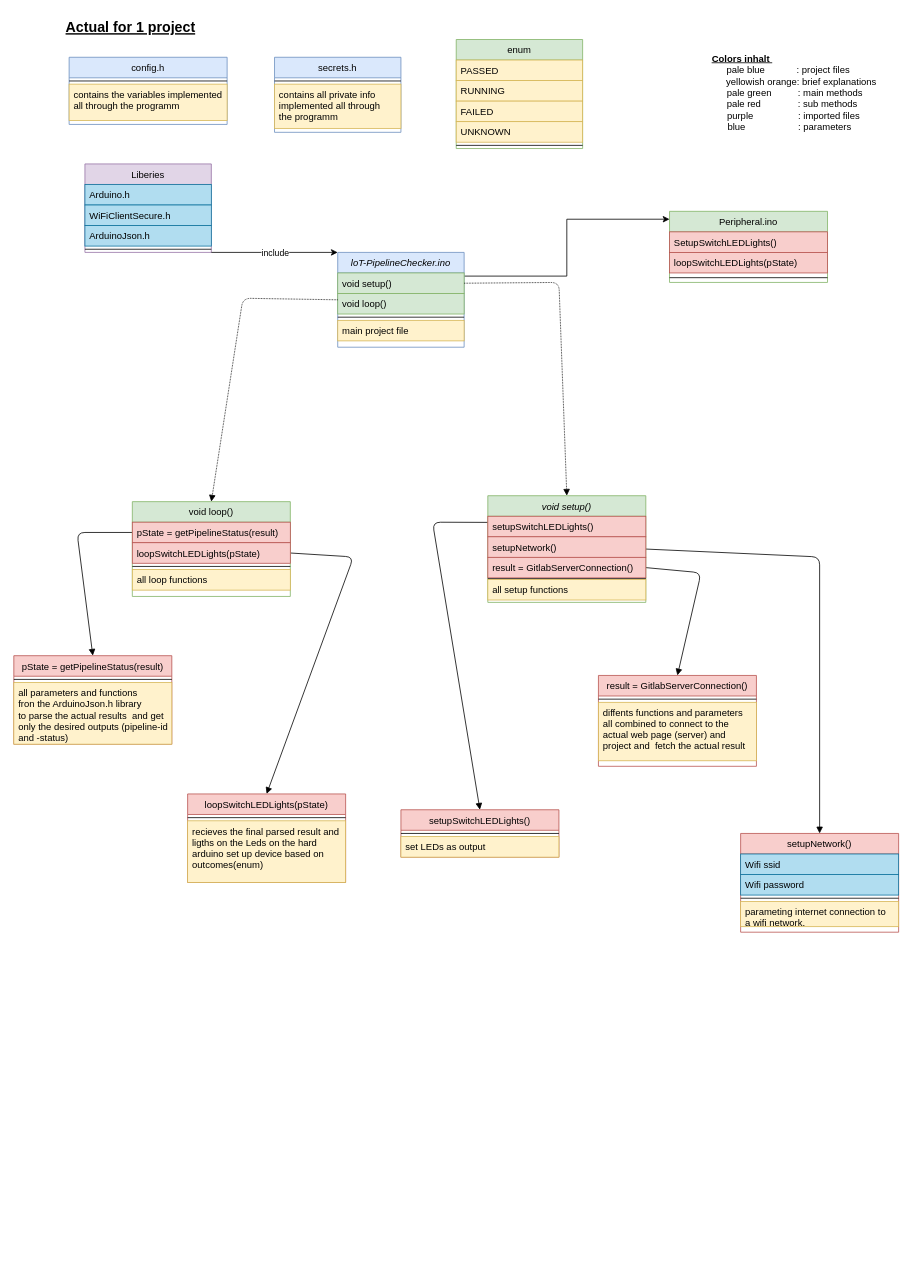
Earlier version of the draw.io diagram lotPipelineChecker.drawio (Centigrade/IoT-PipelineChecker). Source tidied: cells renumbered, new cells numbered last; positions are measured from the earlier drawing's top-left corner, leaving out a move shared by most shapes. Both pictures are drawn from the tidied source at 79%, with x=0, y=0 at pixel (13, 13).
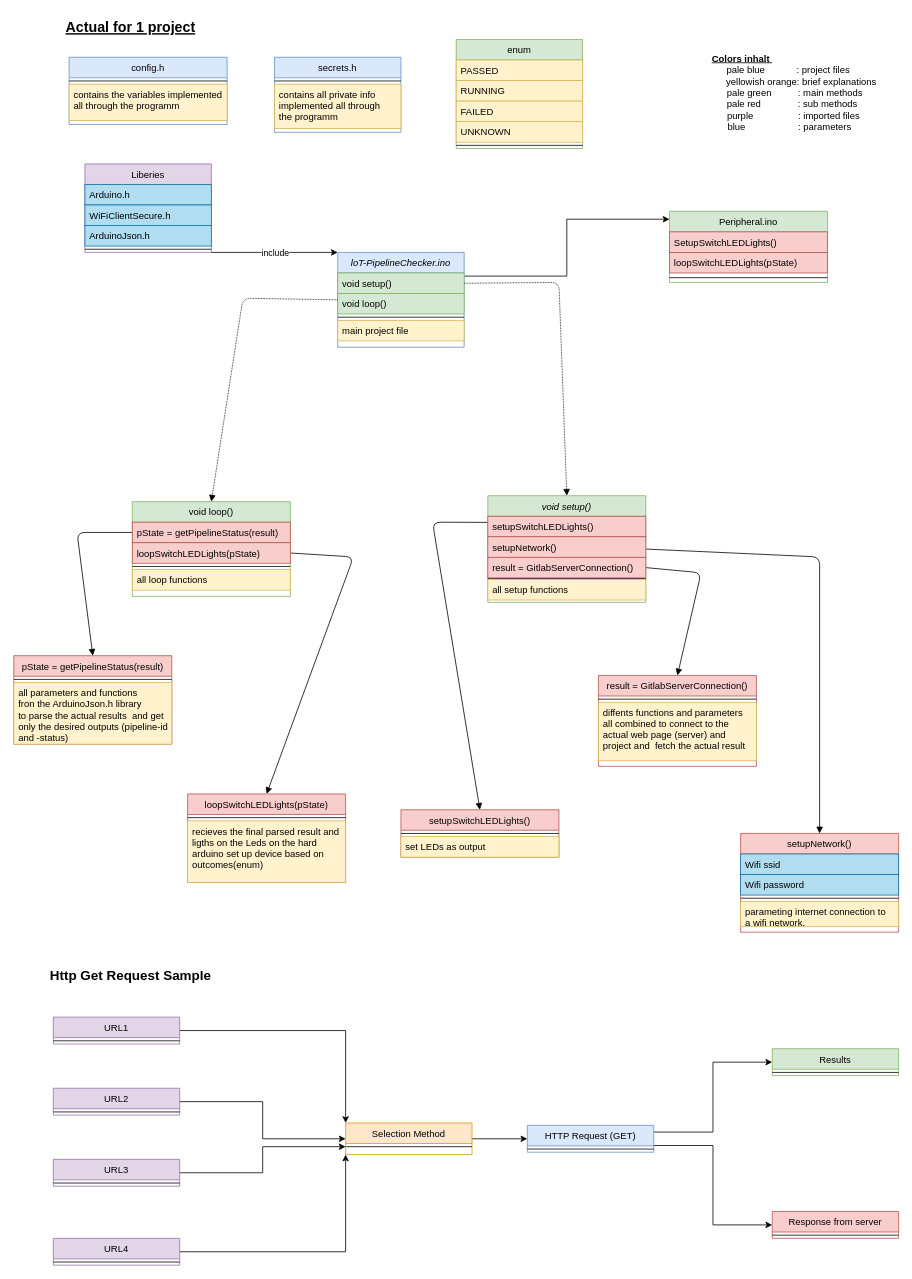
Above is the later version.

Commit message (it also covers changes not shown here):
Merginging two drawio files into one

The edit, as a diff of the source:
```diff
@@
+    <mxCell id="68" value="Http Get Request Sample" style="text;align=left;verticalAlign=top;spacingLeft=4;spacingRight=4;overflow=hidden;rounded=0;shadow=0;html=0;fontStyle=1;fontSize=17;" parent="1" vertex="1">
+      <mxGeometry x="40" y="1200" width="220" height="26" as="geometry" />
+    </mxCell>
+    <mxCell id="69" style="edgeStyle=orthogonalEdgeStyle;rounded=0;jettySize=auto;html=1;exitX=1;exitY=0.5;exitDx=0;exitDy=0;entryX=0;entryY=0;entryDx=0;entryDy=0;" parent="1" edge="1" source="70" target="82">
+      <mxGeometry relative="1" as="geometry" />
+    </mxCell>
+    <mxCell id="70" value="URL1" style="swimlane;fontStyle=0;align=center;verticalAlign=top;horizontal=1;startSize=26;rounded=0;shadow=0;strokeWidth=1;fillColor=#e1d5e7;strokeColor=#9673a6;" parent="1" vertex="1">
+      <mxGeometry x="50" y="1270" width="160" height="34" as="geometry" />
+    </mxCell>
+    <mxCell id="71" style="line;html=1;strokeWidth=1;align=left;verticalAlign=middle;spacingTop=-1;spacingLeft=3;spacingRight=3;labelPosition=right;" parent="70" vertex="1">
+      <mxGeometry y="26" width="160" height="8" as="geometry" />
+    </mxCell>
+    <mxCell id="72" style="edgeStyle=orthogonalEdgeStyle;rounded=0;jettySize=auto;html=1;exitX=1;exitY=0.5;exitDx=0;exitDy=0;entryX=0;entryY=0.5;entryDx=0;entryDy=0;" parent="1" edge="1" source="73" target="82">
+      <mxGeometry relative="1" as="geometry" />
+    </mxCell>
+    <mxCell id="73" value="URL2" style="swimlane;fontStyle=0;align=center;verticalAlign=top;horizontal=1;startSize=26;rounded=0;shadow=0;strokeWidth=1;fillColor=#e1d5e7;strokeColor=#9673a6;" parent="1" vertex="1">
+      <mxGeometry x="50" y="1360" width="160" height="34" as="geometry" />
+    </mxCell>
+    <mxCell id="74" style="line;html=1;strokeWidth=1;align=left;verticalAlign=middle;spacingTop=-1;spacingLeft=3;spacingRight=3;labelPosition=right;" parent="73" vertex="1">
+      <mxGeometry y="26" width="160" height="8" as="geometry" />
+    </mxCell>
+    <mxCell id="75" style="edgeStyle=orthogonalEdgeStyle;rounded=0;jettySize=auto;html=1;exitX=1;exitY=0.5;exitDx=0;exitDy=0;entryX=0;entryY=0.75;entryDx=0;entryDy=0;" parent="1" edge="1" source="76" target="82">
+      <mxGeometry relative="1" as="geometry" />
+    </mxCell>
+    <mxCell id="76" value="URL3" style="swimlane;fontStyle=0;align=center;verticalAlign=top;horizontal=1;startSize=26;rounded=0;shadow=0;strokeWidth=1;fillColor=#e1d5e7;strokeColor=#9673a6;" parent="1" vertex="1">
+      <mxGeometry x="50" y="1450" width="160" height="34" as="geometry" />
+    </mxCell>
+    <mxCell id="77" style="line;html=1;strokeWidth=1;align=left;verticalAlign=middle;spacingTop=-1;spacingLeft=3;spacingRight=3;labelPosition=right;" parent="76" vertex="1">
+      <mxGeometry y="26" width="160" height="8" as="geometry" />
+    </mxCell>
+    <mxCell id="78" style="edgeStyle=orthogonalEdgeStyle;rounded=0;jettySize=auto;html=1;exitX=1;exitY=0.5;exitDx=0;exitDy=0;entryX=0;entryY=1;entryDx=0;entryDy=0;" parent="1" edge="1" source="79" target="82">
+      <mxGeometry relative="1" as="geometry" />
+    </mxCell>
+    <mxCell id="79" value="URL4" style="swimlane;fontStyle=0;align=center;verticalAlign=top;horizontal=1;startSize=26;rounded=0;shadow=0;strokeWidth=1;fillColor=#e1d5e7;strokeColor=#9673a6;" parent="1" vertex="1">
+      <mxGeometry x="50" y="1550" width="160" height="34" as="geometry" />
+    </mxCell>
+    <mxCell id="80" style="line;html=1;strokeWidth=1;align=left;verticalAlign=middle;spacingTop=-1;spacingLeft=3;spacingRight=3;labelPosition=right;" parent="79" vertex="1">
+      <mxGeometry y="26" width="160" height="8" as="geometry" />
+    </mxCell>
+    <mxCell id="81" style="edgeStyle=orthogonalEdgeStyle;rounded=0;jettySize=auto;html=1;exitX=1;exitY=0.5;exitDx=0;exitDy=0;entryX=0;entryY=0.5;entryDx=0;entryDy=0;" parent="1" edge="1" source="82" target="86">
+      <mxGeometry relative="1" as="geometry" />
+    </mxCell>
+    <mxCell id="82" value="Selection Method" style="swimlane;fontStyle=0;align=center;verticalAlign=top;horizontal=1;startSize=26;rounded=0;shadow=0;strokeWidth=1;fillColor=#ffe6cc;strokeColor=#d79b00;" parent="1" vertex="1">
+      <mxGeometry x="420" y="1404" width="160" height="40" as="geometry" />
+    </mxCell>
+    <mxCell id="83" style="line;html=1;strokeWidth=1;align=left;verticalAlign=middle;spacingTop=-1;spacingLeft=3;spacingRight=3;labelPosition=right;" parent="82" vertex="1">
+      <mxGeometry y="26" width="160" height="8" as="geometry" />
+    </mxCell>
+    <mxCell id="84" style="edgeStyle=orthogonalEdgeStyle;rounded=0;jettySize=auto;html=1;exitX=1;exitY=0.25;exitDx=0;exitDy=0;entryX=0;entryY=0.5;entryDx=0;entryDy=0;" parent="1" edge="1" source="86" target="88">
+      <mxGeometry relative="1" as="geometry" />
+    </mxCell>
+    <mxCell id="85" style="edgeStyle=orthogonalEdgeStyle;rounded=0;jettySize=auto;html=1;exitX=1;exitY=0.75;exitDx=0;exitDy=0;entryX=0;entryY=0.5;entryDx=0;entryDy=0;" parent="1" edge="1" source="86" target="90">
+      <mxGeometry relative="1" as="geometry" />
+    </mxCell>
+    <mxCell id="86" value="HTTP Request (GET)" style="swimlane;fontStyle=0;align=center;verticalAlign=top;horizontal=1;startSize=26;rounded=0;shadow=0;strokeWidth=1;fillColor=#dae8fc;strokeColor=#6c8ebf;" parent="1" vertex="1">
+      <mxGeometry x="650" y="1407" width="160" height="34" as="geometry" />
+    </mxCell>
+    <mxCell id="87" style="line;html=1;strokeWidth=1;align=left;verticalAlign=middle;spacingTop=-1;spacingLeft=3;spacingRight=3;labelPosition=right;" parent="86" vertex="1">
+      <mxGeometry y="26" width="160" height="8" as="geometry" />
+    </mxCell>
+    <mxCell id="88" value="Results" style="swimlane;fontStyle=0;align=center;verticalAlign=top;horizontal=1;startSize=26;rounded=0;shadow=0;strokeWidth=1;fillColor=#d5e8d4;strokeColor=#82b366;" parent="1" vertex="1">
+      <mxGeometry x="960" y="1310" width="160" height="34" as="geometry" />
+    </mxCell>
+    <mxCell id="89" style="line;html=1;strokeWidth=1;align=left;verticalAlign=middle;spacingTop=-1;spacingLeft=3;spacingRight=3;labelPosition=right;" parent="88" vertex="1">
+      <mxGeometry y="26" width="160" height="8" as="geometry" />
+    </mxCell>
+    <mxCell id="90" value="Response from server" style="swimlane;fontStyle=0;align=center;verticalAlign=top;horizontal=1;startSize=26;rounded=0;shadow=0;strokeWidth=1;fillColor=#f8cecc;strokeColor=#b85450;" parent="1" vertex="1">
+      <mxGeometry x="960" y="1516" width="160" height="34" as="geometry" />
+    </mxCell>
+    <mxCell id="91" style="line;html=1;strokeWidth=1;align=left;verticalAlign=middle;spacingTop=-1;spacingLeft=3;spacingRight=3;labelPosition=right;" parent="90" vertex="1">
+      <mxGeometry y="26" width="160" height="8" as="geometry" />
+    </mxCell>
```
